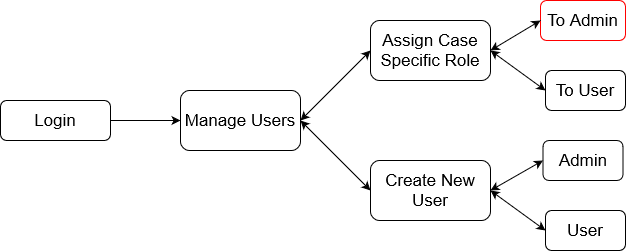
Earlier version of the draw.io export Platform_roles_diagrams/superAdminPlatformRole.drawio.png (prusovak2/SwProjectDiagrams). Source tidied: cells renumbered, new cells last; positions are measured from the earlier drawing's top-left corner, leaving out a move shared by most shapes. Source of this version:
```xml
<mxGraphModel>
  <root>
    <mxCell id="0" />
    <mxCell id="1" parent="0" />
    <mxCell id="2" style="edgeStyle=orthogonalEdgeStyle;rounded=0;jettySize=auto;html=1;exitX=1;exitY=0.5;exitDx=0;exitDy=0;entryX=0;entryY=0.5;entryDx=0;entryDy=0;" parent="1" edge="1" source="3" target="4">
      <mxGeometry relative="1" as="geometry" />
    </mxCell>
    <mxCell id="3" value="&lt;font style=&quot;font-size: 17px&quot;&gt;Login&lt;/font&gt;" style="rounded=1;whiteSpace=wrap;html=1;" parent="1" vertex="1">
      <mxGeometry y="100" width="110" height="40" as="geometry" />
    </mxCell>
    <mxCell id="4" value="Manage Users" style="rounded=1;whiteSpace=wrap;html=1;fontSize=17;strokeWidth=1;" parent="1" vertex="1">
      <mxGeometry x="180" y="90" width="120" height="60" as="geometry" />
    </mxCell>
    <mxCell id="5" value="Assign Case Specific Role" style="rounded=1;whiteSpace=wrap;html=1;fontSize=17;strokeWidth=1;" parent="1" vertex="1">
      <mxGeometry x="370" y="20" width="120" height="60" as="geometry" />
    </mxCell>
    <mxCell id="6" value="Create New User" style="rounded=1;whiteSpace=wrap;html=1;fontSize=17;strokeWidth=1;" parent="1" vertex="1">
      <mxGeometry x="370" y="160" width="120" height="60" as="geometry" />
    </mxCell>
    <mxCell id="7" value="To User" style="rounded=1;whiteSpace=wrap;html=1;fontSize=17;strokeWidth=1;" parent="1" vertex="1">
      <mxGeometry x="545" y="70" width="80" height="40" as="geometry" />
    </mxCell>
    <mxCell id="8" value="&lt;font style=&quot;font-size: 17px&quot;&gt;Admin&lt;/font&gt;" style="rounded=1;whiteSpace=wrap;html=1;" parent="1" vertex="1">
      <mxGeometry x="542.5" y="140" width="80" height="40" as="geometry" />
    </mxCell>
    <mxCell id="9" value="User" style="rounded=1;whiteSpace=wrap;html=1;fontSize=17;strokeWidth=1;" parent="1" vertex="1">
      <mxGeometry x="545" y="210" width="80" height="40" as="geometry" />
    </mxCell>
    <mxCell id="10" value="To Admin" style="rounded=1;whiteSpace=wrap;html=1;fontSize=17;strokeWidth=1;strokeColor=#FF0000;" parent="1" vertex="1">
      <mxGeometry x="540" width="85" height="40" as="geometry" />
    </mxCell>
    <mxCell id="11" style="endArrow=classic;startArrow=classic;html=1;rounded=0;exitX=1;exitY=0.5;exitDx=0;exitDy=0;entryX=0;entryY=0.5;entryDx=0;entryDy=0;" parent="1" edge="1" source="4" target="5">
      <mxGeometry relative="1" as="geometry" />
    </mxCell>
    <mxCell id="12" style="endArrow=classic;startArrow=classic;html=1;rounded=0;exitX=1;exitY=0.5;exitDx=0;exitDy=0;entryX=0;entryY=0.5;entryDx=0;entryDy=0;" parent="1" edge="1" source="4" target="6">
      <mxGeometry relative="1" as="geometry" />
    </mxCell>
    <mxCell id="13" style="endArrow=classic;startArrow=classic;html=1;rounded=0;exitX=1;exitY=0.5;exitDx=0;exitDy=0;entryX=0;entryY=0.5;entryDx=0;entryDy=0;" parent="1" edge="1" source="5" target="10">
      <mxGeometry relative="1" as="geometry" />
    </mxCell>
    <mxCell id="14" style="endArrow=classic;startArrow=classic;html=1;rounded=0;entryX=1;entryY=0.5;entryDx=0;entryDy=0;exitX=0;exitY=0.5;exitDx=0;exitDy=0;" parent="1" edge="1" source="7" target="5">
      <mxGeometry relative="1" as="geometry" />
    </mxCell>
    <mxCell id="15" style="endArrow=classic;startArrow=classic;html=1;rounded=0;exitX=1;exitY=0.5;exitDx=0;exitDy=0;entryX=0;entryY=0.5;entryDx=0;entryDy=0;" parent="1" edge="1" source="6" target="8">
      <mxGeometry relative="1" as="geometry" />
    </mxCell>
    <mxCell id="16" style="endArrow=classic;startArrow=classic;html=1;rounded=0;exitX=1;exitY=0.5;exitDx=0;exitDy=0;entryX=0;entryY=0.5;entryDx=0;entryDy=0;" parent="1" edge="1" source="6" target="9">
      <mxGeometry relative="1" as="geometry" />
    </mxCell>
  </root>
</mxGraphModel>
```
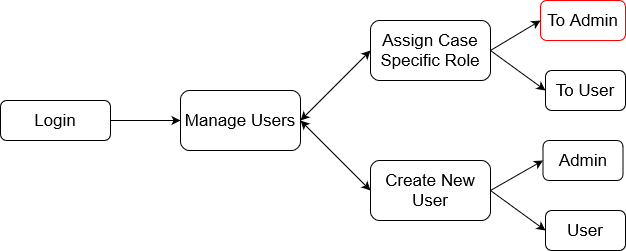
After the commit.

What changed in the source:
```diff
@@ -35,16 +35,16 @@
     <mxCell id="12" style="endArrow=classic;startArrow=classic;html=1;rounded=0;exitX=1;exitY=0.5;exitDx=0;exitDy=0;entryX=0;entryY=0.5;entryDx=0;entryDy=0;" parent="1" edge="1" source="4" target="6">
       <mxGeometry relative="1" as="geometry" />
     </mxCell>
-    <mxCell id="13" style="endArrow=classic;startArrow=classic;html=1;rounded=0;exitX=1;exitY=0.5;exitDx=0;exitDy=0;entryX=0;entryY=0.5;entryDx=0;entryDy=0;" parent="1" edge="1" source="5" target="10">
+    <mxCell id="13" style="endArrow=classic;html=1;rounded=0;exitX=1;exitY=0.5;exitDx=0;exitDy=0;entryX=0;entryY=0.5;entryDx=0;entryDy=0;" parent="1" edge="1" source="5" target="10">
       <mxGeometry relative="1" as="geometry" />
     </mxCell>
-    <mxCell id="14" style="endArrow=classic;startArrow=classic;html=1;rounded=0;entryX=1;entryY=0.5;entryDx=0;entryDy=0;exitX=0;exitY=0.5;exitDx=0;exitDy=0;" parent="1" edge="1" source="7" target="5">
-      <mxGeometry relative="1" as="geometry" />
-    </mxCell>
+    <mxCell id="17" style="endArrow=classic;html=1;rounded=0;exitX=1;exitY=0.5;exitDx=0;exitDy=0;entryX=0;entryY=0.5;entryDx=0;entryDy=0;" parent="1" edge="1" source="5" target="7">
+      <mxGeometry relative="1" as="geometry" />
+    </mxCell>
-    <mxCell id="15" style="endArrow=classic;startArrow=classic;html=1;rounded=0;exitX=1;exitY=0.5;exitDx=0;exitDy=0;entryX=0;entryY=0.5;entryDx=0;entryDy=0;" parent="1" edge="1" source="6" target="8">
+    <mxCell id="15" style="endArrow=classic;html=1;rounded=0;exitX=1;exitY=0.5;exitDx=0;exitDy=0;entryX=0;entryY=0.5;entryDx=0;entryDy=0;" parent="1" edge="1" source="6" target="8">
       <mxGeometry relative="1" as="geometry" />
     </mxCell>
-    <mxCell id="16" style="endArrow=classic;startArrow=classic;html=1;rounded=0;exitX=1;exitY=0.5;exitDx=0;exitDy=0;entryX=0;entryY=0.5;entryDx=0;entryDy=0;" parent="1" edge="1" source="6" target="9">
+    <mxCell id="16" style="endArrow=classic;html=1;rounded=0;exitX=1;exitY=0.5;exitDx=0;exitDy=0;entryX=0;entryY=0.5;entryDx=0;entryDy=0;" parent="1" edge="1" source="6" target="9">
       <mxGeometry relative="1" as="geometry" />
     </mxCell>
   </root>
```
